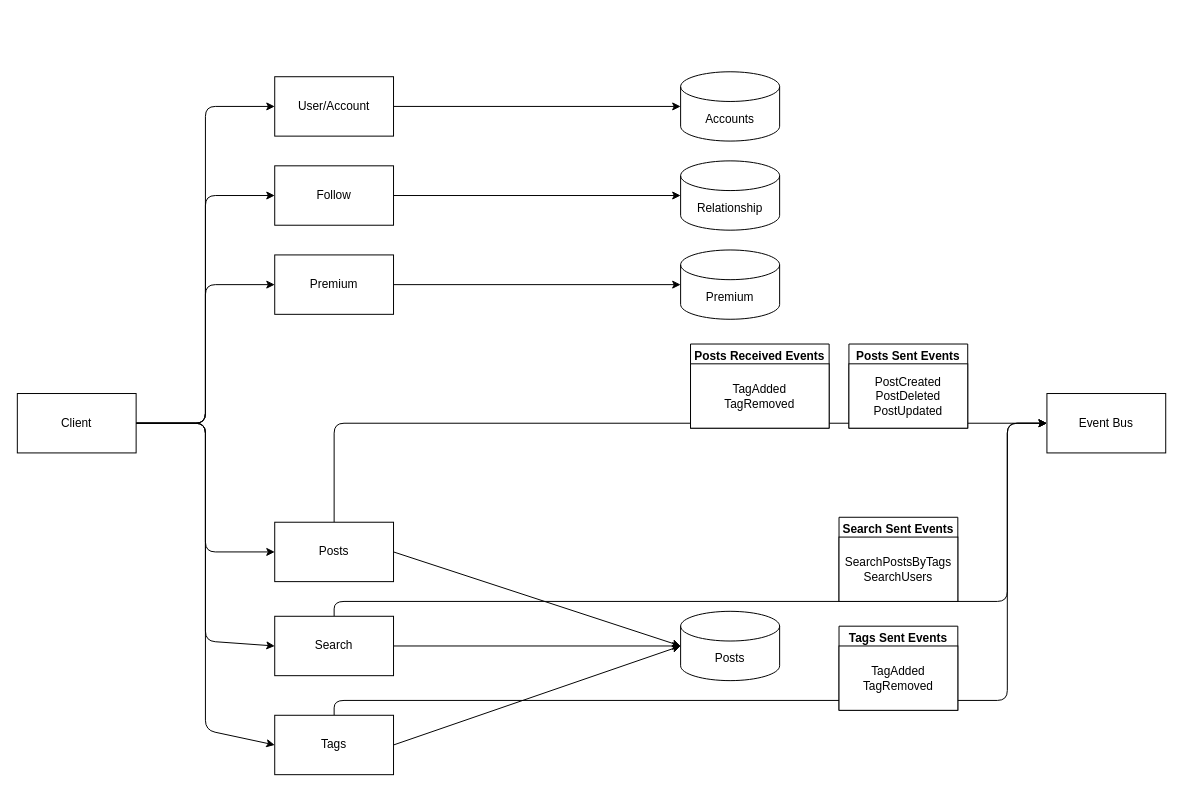
The draw.io diagram services.drawio in thevuong8000/497S, before the edit. Source tidied: cells renumbered, new cells numbered last; positions are measured from the earlier drawing's top-left corner, leaving out a move shared by most shapes. Both pictures are drawn from the tidied source at 99%, with x=0, y=0 at pixel (17, 71).
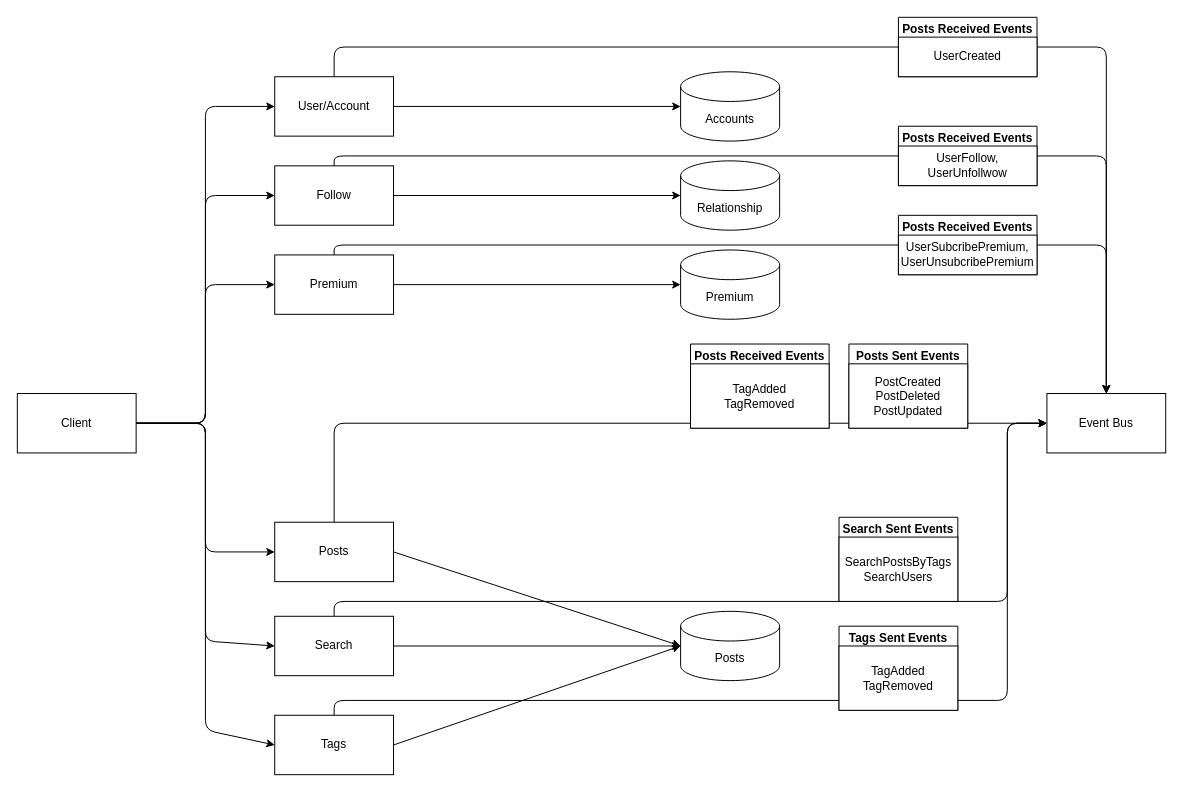
The same page after the edit.

Commit message:
add event to accounts services

The change refers to these unchanged cells:
```xml
<mxCell id="9" value="User/Account" style="rounded=0;whiteSpace=wrap;html=1;" parent="1" vertex="1">
  <mxGeometry x="260" y="5" width="120" height="60" as="geometry" />
</mxCell>
<mxCell id="11" value="Follow" style="rounded=0;whiteSpace=wrap;html=1;" parent="1" vertex="1">
  <mxGeometry x="260" y="95" width="120" height="60" as="geometry" />
</mxCell>
<mxCell id="13" value="Premium" style="rounded=0;whiteSpace=wrap;html=1;" parent="1" vertex="1">
  <mxGeometry x="260" y="185" width="120" height="60" as="geometry" />
</mxCell>
<mxCell id="14" value="Event Bus" style="rounded=0;whiteSpace=wrap;html=1;" parent="1" vertex="1">
  <mxGeometry x="1040" y="325" width="120" height="60" as="geometry" />
</mxCell>
```

Diff of the diagram source:
```diff
@@
+    <mxCell id="37" style="edgeStyle=orthogonalEdgeStyle;html=1;entryX=0.5;entryY=0;entryDx=0;entryDy=0;" parent="1" edge="1" source="11" target="14">
+      <mxGeometry relative="1" as="geometry">
+        <Array as="points">
+          <mxPoint x="320" y="85" />
+          <mxPoint x="1100" y="85" />
+        </Array>
+      </mxGeometry>
+    </mxCell>
@@
+    <mxCell id="38" style="edgeStyle=none;html=1;exitX=0.5;exitY=0;exitDx=0;exitDy=0;entryX=0.5;entryY=0;entryDx=0;entryDy=0;" parent="1" edge="1" source="9" target="14">
+      <mxGeometry relative="1" as="geometry">
+        <Array as="points">
+          <mxPoint x="320" y="-25" />
+          <mxPoint x="1100" y="-25" />
+        </Array>
+      </mxGeometry>
+    </mxCell>
+    <mxCell id="39" value="Posts Received Events" style="swimlane;" parent="1" vertex="1">
+      <mxGeometry x="890" y="-55" width="140" height="60" as="geometry" />
+    </mxCell>
+    <mxCell id="40" value="UserCreated" style="rounded=0;whiteSpace=wrap;html=1;direction=south;" parent="39" vertex="1">
+      <mxGeometry y="20" width="140" height="40" as="geometry" />
+    </mxCell>
+    <mxCell id="41" value="Posts Received Events" style="swimlane;" parent="1" vertex="1">
+      <mxGeometry x="890" y="55" width="140" height="60" as="geometry" />
+    </mxCell>
+    <mxCell id="42" value="UserFollow, UserUnfollwow" style="rounded=0;whiteSpace=wrap;html=1;direction=south;" parent="41" vertex="1">
+      <mxGeometry y="20" width="140" height="40" as="geometry" />
+    </mxCell>
+    <mxCell id="43" style="edgeStyle=orthogonalEdgeStyle;html=1;entryX=0.5;entryY=0;entryDx=0;entryDy=0;exitX=0.5;exitY=0;exitDx=0;exitDy=0;" parent="1" edge="1" source="13" target="14">
+      <mxGeometry relative="1" as="geometry">
+        <Array as="points">
+          <mxPoint x="320" y="175" />
+          <mxPoint x="1100" y="175" />
+        </Array>
+      </mxGeometry>
+    </mxCell>
+    <mxCell id="44" value="Posts Received Events" style="swimlane;" parent="1" vertex="1">
+      <mxGeometry x="890" y="145" width="140" height="60" as="geometry" />
+    </mxCell>
+    <mxCell id="45" value="UserSubcribePremium,&lt;br&gt;UserUnsubcribePremium" style="rounded=0;whiteSpace=wrap;html=1;direction=south;" parent="44" vertex="1">
+      <mxGeometry y="20" width="140" height="40" as="geometry" />
+    </mxCell>
```
